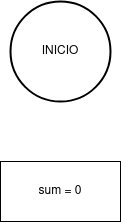
The draw.io diagram unidad-1/tareas/Tarea3/images/diagrama-tarea3-01.png in mackstm/programacion, before a commit. Source tidied: cells renumbered, new cells last; positions are measured from the earlier drawing's top-left corner, leaving out a move shared by most shapes. Its diagram source:
```xml
<mxGraphModel background="#ffffff">
  <root>
    <mxCell id="0" />
    <mxCell id="1" parent="0" />
    <mxCell id="2" value="INICIO" style="strokeWidth=2;html=1;shape=mxgraph.flowchart.start_2;whiteSpace=wrap;" parent="1" vertex="1">
      <mxGeometry x="10" width="100" height="100" as="geometry" />
    </mxCell>
    <mxCell id="3" value="sum = 0" style="rounded=0;whiteSpace=wrap;html=1;" parent="1" vertex="1">
      <mxGeometry y="160" width="120" height="60" as="geometry" />
    </mxCell>
  </root>
</mxGraphModel>
```
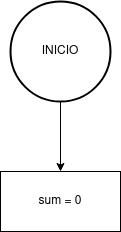
After the change.

Change to the diagram source:
```diff
@@ -2,11 +2,14 @@
   <root>
     <mxCell id="0" />
     <mxCell id="1" parent="0" />
+    <mxCell id="4" style="edgeStyle=orthogonalEdgeStyle;rounded=0;jettySize=auto;html=1;entryX=0.5;entryY=0;entryDx=0;entryDy=0;" parent="1" edge="1" source="2" target="3">
+      <mxGeometry relative="1" as="geometry" />
+    </mxCell>
     <mxCell id="2" value="INICIO" style="strokeWidth=2;html=1;shape=mxgraph.flowchart.start_2;whiteSpace=wrap;" parent="1" vertex="1">
       <mxGeometry x="10" width="100" height="100" as="geometry" />
     </mxCell>
     <mxCell id="3" value="sum = 0" style="rounded=0;whiteSpace=wrap;html=1;" parent="1" vertex="1">
-      <mxGeometry y="160" width="120" height="60" as="geometry" />
+      <mxGeometry y="170" width="120" height="60" as="geometry" />
     </mxCell>
   </root>
 </mxGraphModel>
```
